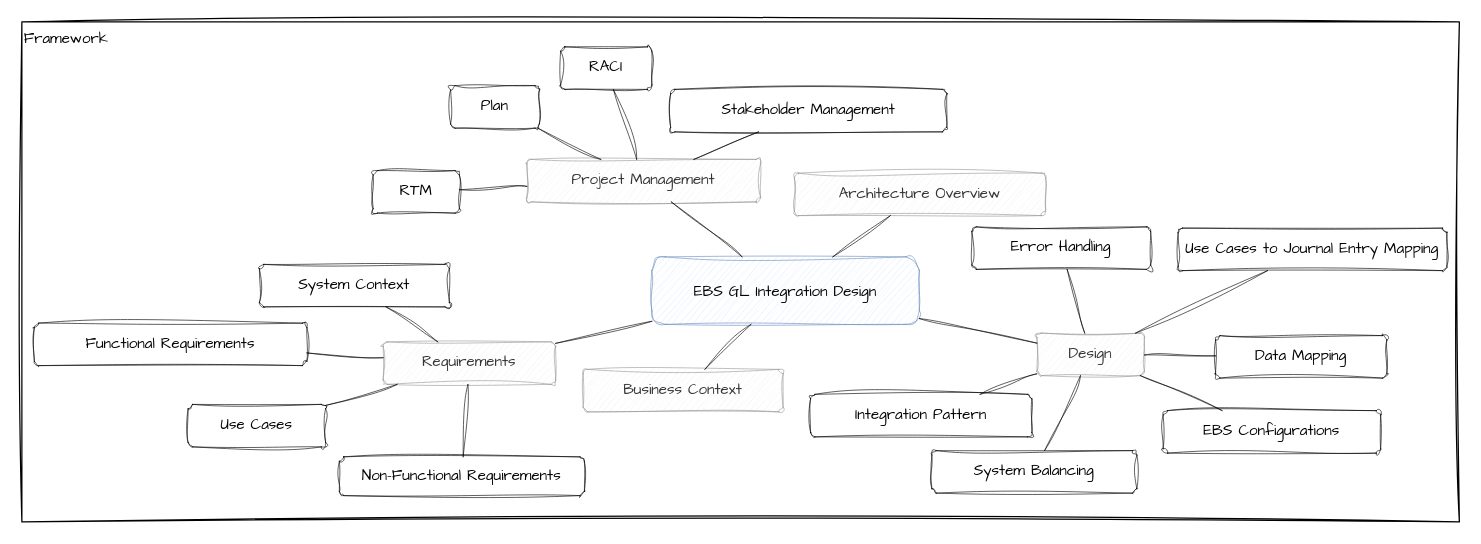
This is page "GL Design Mindmap" (5 of 5) of ALC KAMBI.drawio from luclalor/Draw_IO, a draw.io file, before an edit. Source tidied: cells renumbered, new cells numbered last; positions are measured from the earlier drawing's top-left corner, leaving out a move shared by most shapes. Both pictures are drawn from the tidied source at 125%, with x=0, y=0 at pixel (21, 21).
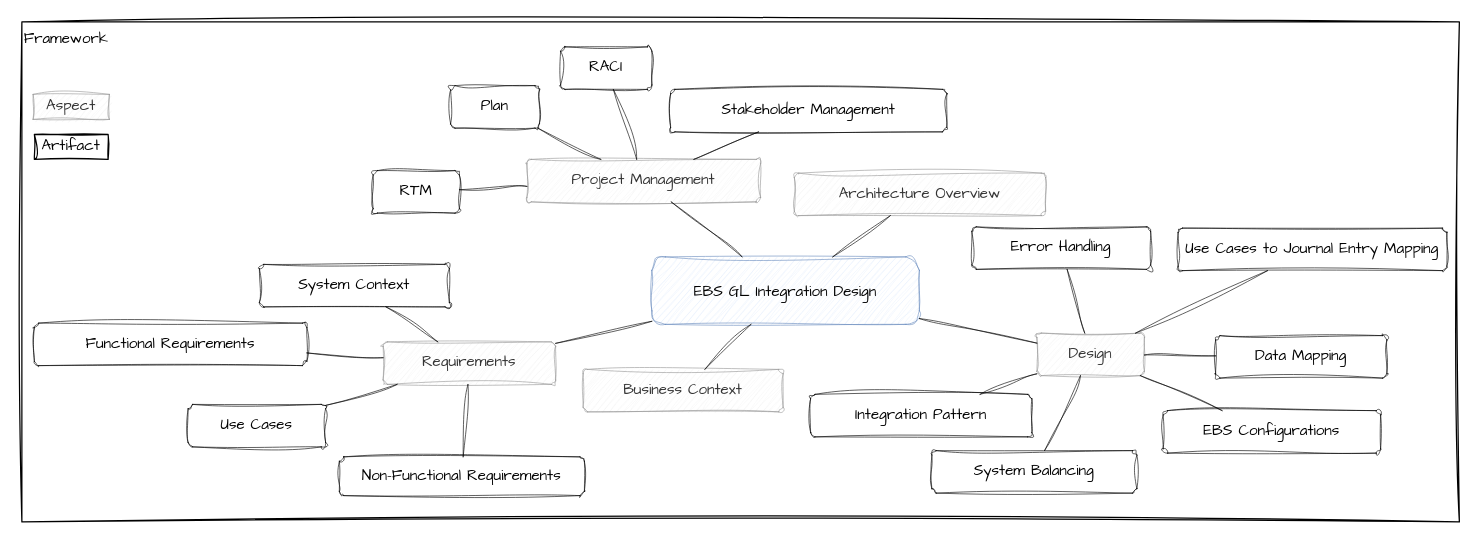
Above is the later version.

Commit message:
Update ALC KAMBI - GL Design Mindmap added Legend.drawio

The edit, as a diff of the source:
```diff
@@
+    <mxCell id="42" value="Artifact" style="rounded=0;whiteSpace=wrap;html=1;sketch=1;hachureGap=4;jiggle=2;curveFitting=1;fontFamily=Architects Daughter;" parent="1" vertex="1">
+      <mxGeometry x="10" y="90" width="59" height="20" as="geometry" />
+    </mxCell>
+    <mxCell id="43" value="Aspect" style="rounded=0;absoluteArcSize=1;arcSize=7;whiteSpace=wrap;strokeWidth=0.5;fillColor=light-dark(#eeeeee,#1f2020);strokeColor=light-dark(#999999,#cccccc);fontColor=light-dark(#333333,#cccccc);sketch=1;hachureGap=4;jiggle=2;curveFitting=1;fontFamily=Architects Daughter;" parent="1" vertex="1">
+      <mxGeometry x="9" y="58" width="61" height="20" as="geometry" />
+    </mxCell>
```
